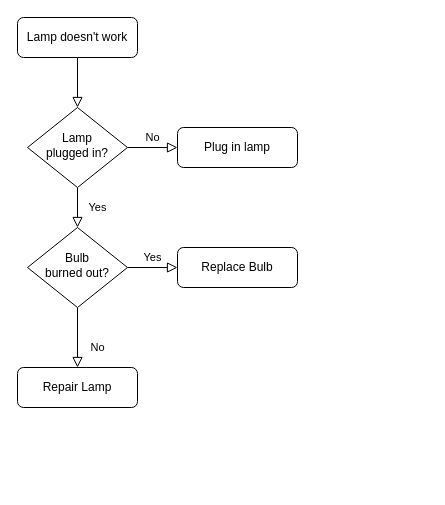
Before: Untitled Diagram.drawio in gavinolsen/tic-tac-toe, a draw.io diagram. Source tidied: cells renumbered, new cells numbered last; positions are measured from the earlier drawing's top-left corner, leaving out a move shared by most shapes. Both pictures are drawn from the tidied source at 100%, with x=0, y=0 at pixel (17, 17).
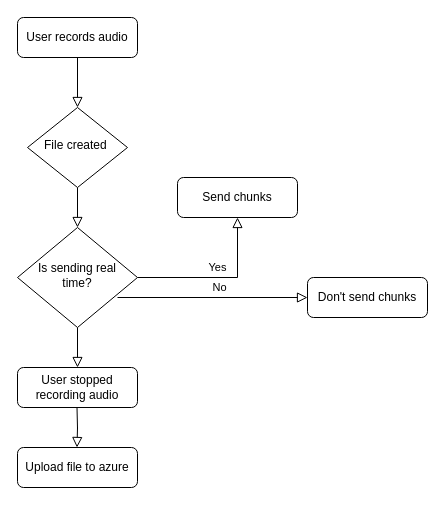
Above is the later version.

Diff of the diagram source:
```diff
@@
 <mxGraphModel>
   <root>
     <mxCell id="0" />
     <mxCell id="1" parent="0" />
     <mxCell id="2" style="rounded=0;html=1;jettySize=auto;fontSize=11;endArrow=block;endFill=0;endSize=8;strokeWidth=1;shadow=0;labelBackgroundColor=none;edgeStyle=orthogonalEdgeStyle;" parent="1" edge="1" source="3" target="6">
       <mxGeometry relative="1" as="geometry" />
     </mxCell>
-    <mxCell id="3" value="Lamp doesn't work" style="rounded=1;whiteSpace=wrap;html=1;fontSize=12;glass=0;strokeWidth=1;shadow=0;" parent="1" vertex="1">
+    <mxCell id="3" value="User records audio" style="rounded=1;whiteSpace=wrap;html=1;fontSize=12;glass=0;strokeWidth=1;shadow=0;" parent="1" vertex="1">
       <mxGeometry width="120" height="40" as="geometry" />
     </mxCell>
-    <mxCell id="4" value="Yes" style="rounded=0;html=1;jettySize=auto;fontSize=11;endArrow=block;endFill=0;endSize=8;strokeWidth=1;shadow=0;labelBackgroundColor=none;edgeStyle=orthogonalEdgeStyle;" parent="1" edge="1" source="6" target="10">
+    <mxCell id="4" style="rounded=0;html=1;jettySize=auto;fontSize=11;endArrow=block;endFill=0;endSize=8;strokeWidth=1;shadow=0;labelBackgroundColor=none;edgeStyle=orthogonalEdgeStyle;" parent="1" edge="1" source="6" target="10">
       <mxGeometry y="20" relative="1" as="geometry" />
     </mxCell>
-    <mxCell id="5" value="No" style="edgeStyle=orthogonalEdgeStyle;rounded=0;html=1;jettySize=auto;fontSize=11;endArrow=block;endFill=0;endSize=8;strokeWidth=1;shadow=0;labelBackgroundColor=none;" parent="1" edge="1" source="6" target="7">
-      <mxGeometry y="10" relative="1" as="geometry" />
-    </mxCell>
-    <mxCell id="6" value="Lamp&lt;br&gt;plugged in?" style="rhombus;whiteSpace=wrap;html=1;shadow=0;fontFamily=Helvetica;fontSize=12;align=center;strokeWidth=1;spacing=6;spacingTop=-4;" parent="1" vertex="1">
+    <mxCell id="6" value="File created&amp;nbsp;" style="rhombus;whiteSpace=wrap;html=1;shadow=0;fontFamily=Helvetica;fontSize=12;align=center;strokeWidth=1;spacing=6;spacingTop=-4;" parent="1" vertex="1">
       <mxGeometry x="10" y="90" width="100" height="80" as="geometry" />
     </mxCell>
-    <mxCell id="7" value="Plug in lamp" style="rounded=1;whiteSpace=wrap;html=1;fontSize=12;glass=0;strokeWidth=1;shadow=0;" parent="1" vertex="1">
-      <mxGeometry x="160" y="110" width="120" height="40" as="geometry" />
-    </mxCell>
-    <mxCell id="8" value="No" style="rounded=0;html=1;jettySize=auto;fontSize=11;endArrow=block;endFill=0;endSize=8;strokeWidth=1;shadow=0;labelBackgroundColor=none;edgeStyle=orthogonalEdgeStyle;" parent="1" edge="1" source="10" target="11">
+    <mxCell id="8" style="rounded=0;html=1;jettySize=auto;fontSize=11;endArrow=block;endFill=0;endSize=8;strokeWidth=1;shadow=0;labelBackgroundColor=none;edgeStyle=orthogonalEdgeStyle;" parent="1" edge="1" source="10" target="11">
       <mxGeometry x="0.33" y="20" relative="1" as="geometry" />
     </mxCell>
     <mxCell id="9" value="Yes" style="edgeStyle=orthogonalEdgeStyle;rounded=0;html=1;jettySize=auto;fontSize=11;endArrow=block;endFill=0;endSize=8;strokeWidth=1;shadow=0;labelBackgroundColor=none;" parent="1" edge="1" source="10" target="12">
       <mxGeometry y="10" relative="1" as="geometry" />
     </mxCell>
-    <mxCell id="10" value="Bulb&lt;br&gt;burned out?" style="rhombus;whiteSpace=wrap;html=1;shadow=0;fontFamily=Helvetica;fontSize=12;align=center;strokeWidth=1;spacing=6;spacingTop=-4;" parent="1" vertex="1">
-      <mxGeometry x="10" y="210" width="100" height="80" as="geometry" />
+    <mxCell id="10" value="Is sending real time?" style="rhombus;whiteSpace=wrap;html=1;shadow=0;fontFamily=Helvetica;fontSize=12;align=center;strokeWidth=1;spacing=6;spacingTop=-4;" parent="1" vertex="1">
+      <mxGeometry y="210" width="120" height="100" as="geometry" />
     </mxCell>
-    <mxCell id="11" value="Repair Lamp" style="rounded=1;whiteSpace=wrap;html=1;fontSize=12;glass=0;strokeWidth=1;shadow=0;" parent="1" vertex="1">
+    <mxCell id="11" value="User stopped recording audio" style="rounded=1;whiteSpace=wrap;html=1;fontSize=12;glass=0;strokeWidth=1;shadow=0;" parent="1" vertex="1">
       <mxGeometry y="350" width="120" height="40" as="geometry" />
     </mxCell>
-    <mxCell id="12" value="Replace Bulb" style="rounded=1;whiteSpace=wrap;html=1;fontSize=12;glass=0;strokeWidth=1;shadow=0;" parent="1" vertex="1">
-      <mxGeometry x="160" y="230" width="120" height="40" as="geometry" />
+    <mxCell id="12" value="Send chunks" style="rounded=1;whiteSpace=wrap;html=1;fontSize=12;glass=0;strokeWidth=1;shadow=0;" parent="1" vertex="1">
+      <mxGeometry x="160" y="160" width="120" height="40" as="geometry" />
     </mxCell>
+    <mxCell id="5" value="No" style="edgeStyle=orthogonalEdgeStyle;rounded=0;html=1;jettySize=auto;orthogonalLoop=1;fontSize=11;endArrow=block;endFill=0;endSize=8;strokeWidth=1;shadow=0;labelBackgroundColor=none;" parent="1" edge="1">
+      <mxGeometry x="0.07" y="10" relative="1" as="geometry">
+        <mxPoint x="100" y="280" as="sourcePoint" />
+        <mxPoint x="290" y="280" as="targetPoint" />
+        <Array as="points">
+          <mxPoint x="290" y="280" />
+        </Array>
+      </mxGeometry>
+    </mxCell>
+    <mxCell id="13" value="Don't send chunks" style="rounded=1;whiteSpace=wrap;html=1;fontSize=12;glass=0;strokeWidth=1;shadow=0;" parent="1" vertex="1">
+      <mxGeometry x="290" y="260" width="120" height="40" as="geometry" />
+    </mxCell>
+    <mxCell id="14" style="rounded=0;html=1;jettySize=auto;orthogonalLoop=1;fontSize=11;endArrow=block;endFill=0;endSize=8;strokeWidth=1;shadow=0;labelBackgroundColor=none;edgeStyle=orthogonalEdgeStyle;" parent="1" edge="1">
+      <mxGeometry x="0.33" y="20" relative="1" as="geometry">
+        <mxPoint x="59.5" y="390" as="sourcePoint" />
+        <mxPoint x="59.5" y="430" as="targetPoint" />
+      </mxGeometry>
+    </mxCell>
+    <mxCell id="15" value="Upload file to azure" style="rounded=1;whiteSpace=wrap;html=1;fontSize=12;glass=0;strokeWidth=1;shadow=0;" parent="1" vertex="1">
+      <mxGeometry y="430" width="120" height="40" as="geometry" />
+    </mxCell>
   </root>
 </mxGraphModel>
```
